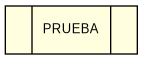
Earlier version of the Graphviz export Biblioteca_Magica_2/avl_viewer.png (HersonAJ/Proyecto-2-EDD). Its source is kept beside it as Biblioteca_Magica_2/avl_viewer.dot.
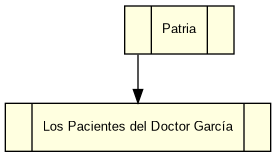
After the change.

Diff of the diagram source:
```diff
@@ -1,5 +1,8 @@
 digraph Arbol {
     rankdir=TB;
     node [shape=record, style=filled, fillcolor=lightyellow, fontname="Arial", fontsize=10];
-    n1411710731 [label="<L> | PRUEBA | <R>"];
+    n1177083153 [label="<L> | Patria | <R>"];
+    n895813235 [label="<L> | Los Pacientes del Doctor García | <R>"];
+    n1177083153:L -> n895813235;
+    n895813235 [label="<L> | Los Pacientes del Doctor García | <R>"];
 }
```
